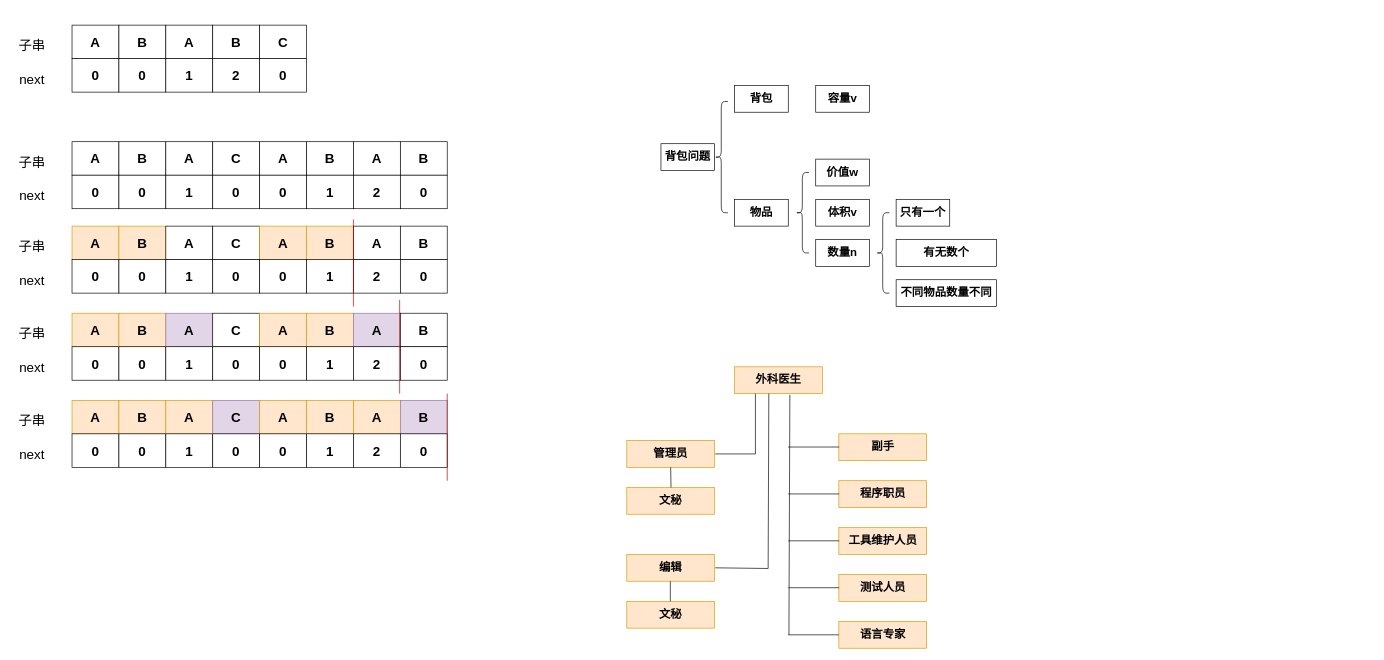
sonder10110/sonder10110.github.io keeps this draw.io diagram as 图.drawio. Above is the earlier version. Source tidied: cells renumbered, new cells numbered last; positions are measured from the earlier drawing's top-left corner, leaving out a move shared by most shapes. Both pictures are drawn from the tidied source at 67%, with x=0, y=0 at pixel (11, 25).
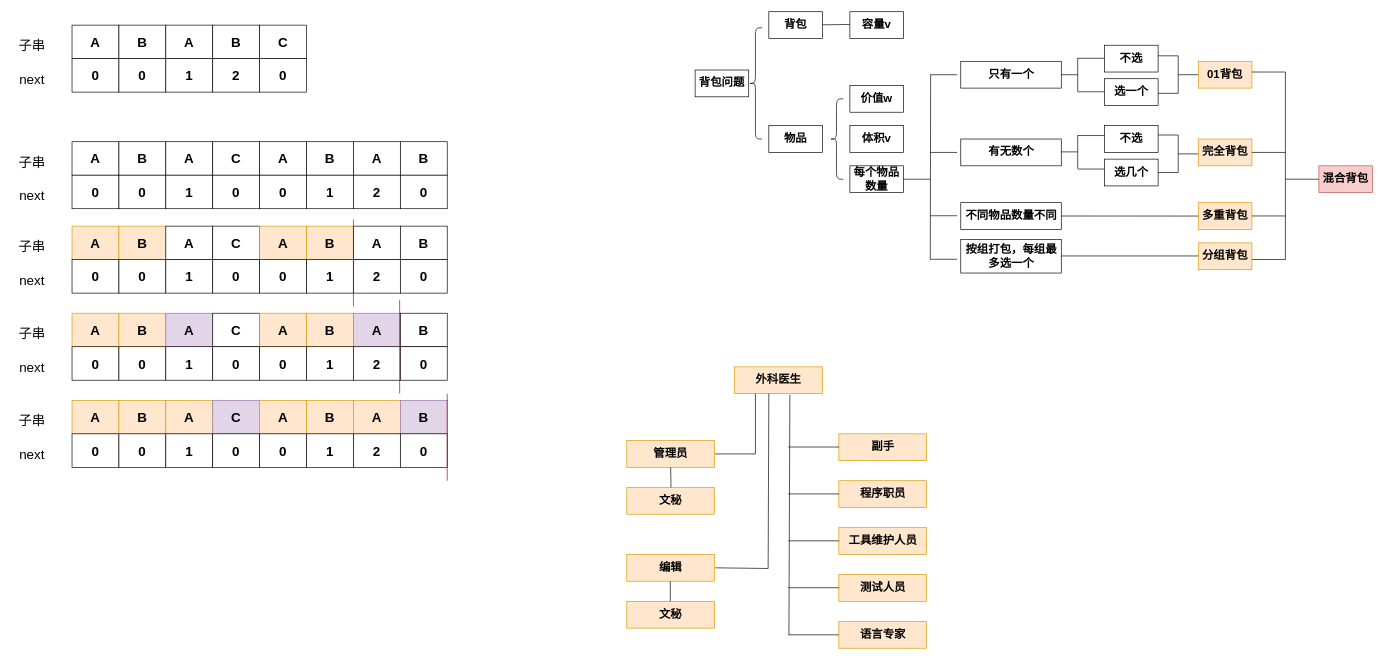
After the change.

Change to the diagram source:
```diff
@@
     <mxCell id="89" value="&lt;b&gt;&lt;font style=&quot;font-size: 17px;&quot;&gt;背包问题&lt;/font&gt;&lt;/b&gt;" style="whiteSpace=wrap;html=1;" parent="1" vertex="1">
-      <mxGeometry x="969" y="177" width="80" height="40" as="geometry" />
+      <mxGeometry x="1020" y="67" width="80" height="40" as="geometry" />
     </mxCell>
     <mxCell id="90" value="&lt;b&gt;&lt;font style=&quot;font-size: 17px;&quot;&gt;背包&lt;/font&gt;&lt;/b&gt;" style="whiteSpace=wrap;html=1;" parent="1" vertex="1">
-      <mxGeometry x="1079" y="90" width="80" height="40" as="geometry" />
+      <mxGeometry x="1130" y="-20" width="80" height="40" as="geometry" />
     </mxCell>
     <mxCell id="91" value="&lt;b&gt;&lt;font style=&quot;font-size: 17px;&quot;&gt;物品&lt;/font&gt;&lt;/b&gt;" style="whiteSpace=wrap;html=1;" parent="1" vertex="1">
-      <mxGeometry x="1079" y="260" width="80" height="40" as="geometry" />
+      <mxGeometry x="1130" y="150" width="80" height="40" as="geometry" />
     </mxCell>
     <mxCell id="92" style="shape=curlyBracket;whiteSpace=wrap;html=1;rounded=1;labelPosition=left;verticalLabelPosition=middle;align=right;verticalAlign=middle;" parent="1" vertex="1">
-      <mxGeometry x="1049" y="114" width="20" height="166" as="geometry" />
+      <mxGeometry x="1100" y="4" width="20" height="166" as="geometry" />
     </mxCell>
     <mxCell id="93" value="&lt;b&gt;&lt;font style=&quot;font-size: 17px;&quot;&gt;价值w&lt;/font&gt;&lt;/b&gt;" style="whiteSpace=wrap;html=1;" parent="1" vertex="1">
-      <mxGeometry x="1200" y="200" width="80" height="40" as="geometry" />
+      <mxGeometry x="1251" y="90" width="80" height="40" as="geometry" />
     </mxCell>
     <mxCell id="94" value="&lt;b&gt;&lt;font style=&quot;font-size: 17px;&quot;&gt;体积v&lt;/font&gt;&lt;/b&gt;" style="whiteSpace=wrap;html=1;" parent="1" vertex="1">
-      <mxGeometry x="1200" y="260" width="80" height="40" as="geometry" />
+      <mxGeometry x="1251" y="150" width="80" height="40" as="geometry" />
     </mxCell>
     <mxCell id="95" style="shape=curlyBracket;whiteSpace=wrap;html=1;rounded=1;labelPosition=left;verticalLabelPosition=middle;align=right;verticalAlign=middle;" parent="1" vertex="1">
-      <mxGeometry x="1170" y="220" width="20" height="120" as="geometry" />
+      <mxGeometry x="1221" y="110" width="20" height="120" as="geometry" />
     </mxCell>
     <mxCell id="96" value="&lt;b&gt;&lt;font style=&quot;font-size: 17px;&quot;&gt;容量v&lt;/font&gt;&lt;/b&gt;" style="whiteSpace=wrap;html=1;" parent="1" vertex="1">
-      <mxGeometry x="1200" y="90" width="80" height="40" as="geometry" />
+      <mxGeometry x="1251" y="-20" width="80" height="40" as="geometry" />
     </mxCell>
-    <mxCell id="97" value="&lt;b&gt;&lt;font style=&quot;font-size: 17px;&quot;&gt;数量n&lt;/font&gt;&lt;/b&gt;" style="whiteSpace=wrap;html=1;" parent="1" vertex="1">
-      <mxGeometry x="1200" y="320" width="80" height="40" as="geometry" />
+    <mxCell id="97" value="&lt;b&gt;&lt;font style=&quot;font-size: 17px;&quot;&gt;每个物品数量&lt;/font&gt;&lt;/b&gt;" style="whiteSpace=wrap;html=1;" parent="1" vertex="1">
+      <mxGeometry x="1251" y="210" width="80" height="40" as="geometry" />
     </mxCell>
     <mxCell id="98" value="&lt;b&gt;&lt;font style=&quot;font-size: 17px;&quot;&gt;只有一个&lt;/font&gt;&lt;/b&gt;" style="whiteSpace=wrap;html=1;" parent="1" vertex="1">
-      <mxGeometry x="1320" y="260" width="80" height="40" as="geometry" />
+      <mxGeometry x="1416.5" y="54" width="150" height="40" as="geometry" />
     </mxCell>
-    <mxCell id="99" style="shape=curlyBracket;whiteSpace=wrap;html=1;rounded=1;labelPosition=left;verticalLabelPosition=middle;align=right;verticalAlign=middle;" parent="1" vertex="1">
-      <mxGeometry x="1290" y="280" width="20" height="120" as="geometry" />
-    </mxCell>
     <mxCell id="100" value="&lt;b&gt;&lt;font style=&quot;font-size: 17px;&quot;&gt;不同物品数量不同&lt;/font&gt;&lt;/b&gt;" style="whiteSpace=wrap;html=1;" parent="1" vertex="1">
-      <mxGeometry x="1320" y="380" width="150" height="40" as="geometry" />
+      <mxGeometry x="1416.5" y="265" width="150" height="40" as="geometry" />
     </mxCell>
     <mxCell id="101" value="&lt;b&gt;&lt;font style=&quot;font-size: 17px;&quot;&gt;有无数个&lt;/font&gt;&lt;/b&gt;" style="whiteSpace=wrap;html=1;" parent="1" vertex="1">
-      <mxGeometry x="1320" y="320" width="150" height="40" as="geometry" />
+      <mxGeometry x="1416.5" y="170" width="150" height="40" as="geometry" />
     </mxCell>
@@
+    <mxCell id="122" value="&lt;b&gt;&lt;font style=&quot;font-size: 17px;&quot;&gt;按组打包，每组最多选一个&lt;/font&gt;&lt;/b&gt;" style="whiteSpace=wrap;html=1;" parent="1" vertex="1">
+      <mxGeometry x="1416.5" y="320" width="150" height="50" as="geometry" />
+    </mxCell>
+    <mxCell id="123" value="&lt;b&gt;&lt;font style=&quot;font-size: 17px;&quot;&gt;不选&lt;/font&gt;&lt;/b&gt;" style="whiteSpace=wrap;html=1;" parent="1" vertex="1">
+      <mxGeometry x="1631" y="30" width="80" height="40" as="geometry" />
+    </mxCell>
+    <mxCell id="124" value="&lt;b&gt;&lt;font style=&quot;font-size: 17px;&quot;&gt;选一个&lt;/font&gt;&lt;/b&gt;" style="whiteSpace=wrap;html=1;" parent="1" vertex="1">
+      <mxGeometry x="1631" y="80" width="80" height="40" as="geometry" />
+    </mxCell>
+    <mxCell id="125" value="&lt;b&gt;&lt;font style=&quot;font-size: 17px;&quot;&gt;不选&lt;/font&gt;&lt;/b&gt;" style="whiteSpace=wrap;html=1;" parent="1" vertex="1">
+      <mxGeometry x="1631" y="150" width="80" height="40" as="geometry" />
+    </mxCell>
+    <mxCell id="126" value="&lt;b&gt;&lt;font style=&quot;font-size: 17px;&quot;&gt;选几个&lt;/font&gt;&lt;/b&gt;" style="whiteSpace=wrap;html=1;" parent="1" vertex="1">
+      <mxGeometry x="1631" y="200" width="80" height="40" as="geometry" />
+    </mxCell>
+    <mxCell id="127" style="endArrow=none;html=1;rounded=0;" parent="1" edge="1">
+      <mxGeometry relative="1" as="geometry">
+        <mxPoint x="1371" y="350" as="sourcePoint" />
+        <mxPoint x="1371.5" y="74" as="targetPoint" />
+      </mxGeometry>
+    </mxCell>
+    <mxCell id="128" style="endArrow=none;html=1;rounded=0;exitX=1;exitY=0.5;exitDx=0;exitDy=0;" parent="1" edge="1" source="97">
+      <mxGeometry relative="1" as="geometry">
+        <mxPoint x="1371" y="230" as="targetPoint" />
+      </mxGeometry>
+    </mxCell>
+    <mxCell id="129" style="endArrow=none;html=1;rounded=0;exitX=1;exitY=0.5;exitDx=0;exitDy=0;" parent="1" edge="1">
+      <mxGeometry relative="1" as="geometry">
+        <mxPoint x="1371" y="74" as="sourcePoint" />
+        <mxPoint x="1411" y="74" as="targetPoint" />
+      </mxGeometry>
+    </mxCell>
+    <mxCell id="130" style="endArrow=none;html=1;rounded=0;exitX=1;exitY=0.5;exitDx=0;exitDy=0;" parent="1" edge="1">
+      <mxGeometry relative="1" as="geometry">
+        <mxPoint x="1371" y="190" as="sourcePoint" />
+        <mxPoint x="1411" y="190" as="targetPoint" />
+      </mxGeometry>
+    </mxCell>
+    <mxCell id="131" style="endArrow=none;html=1;rounded=0;exitX=1;exitY=0.5;exitDx=0;exitDy=0;" parent="1" edge="1">
+      <mxGeometry relative="1" as="geometry">
+        <mxPoint x="1371" y="284.5" as="sourcePoint" />
+        <mxPoint x="1411" y="284.5" as="targetPoint" />
+      </mxGeometry>
+    </mxCell>
+    <mxCell id="132" style="endArrow=none;html=1;rounded=0;exitX=1;exitY=0.5;exitDx=0;exitDy=0;" parent="1" edge="1">
+      <mxGeometry relative="1" as="geometry">
+        <mxPoint x="1371" y="349.5" as="sourcePoint" />
+        <mxPoint x="1411" y="349.5" as="targetPoint" />
+      </mxGeometry>
+    </mxCell>
+    <mxCell id="133" style="endArrow=none;html=1;rounded=0;exitX=1;exitY=0.5;exitDx=0;exitDy=0;" parent="1" edge="1">
+      <mxGeometry relative="1" as="geometry">
+        <mxPoint x="1566.5" y="74" as="sourcePoint" />
+        <mxPoint x="1591" y="74" as="targetPoint" />
+      </mxGeometry>
+    </mxCell>
+    <mxCell id="134" style="endArrow=none;html=1;rounded=0;" parent="1" edge="1">
+      <mxGeometry relative="1" as="geometry">
+        <mxPoint x="1591" y="99" as="sourcePoint" />
+        <mxPoint x="1591" y="49" as="targetPoint" />
+      </mxGeometry>
+    </mxCell>
+    <mxCell id="135" style="endArrow=none;html=1;rounded=0;exitX=1;exitY=0.5;exitDx=0;exitDy=0;" parent="1" edge="1">
+      <mxGeometry relative="1" as="geometry">
+        <mxPoint x="1591" y="49.5" as="sourcePoint" />
+        <mxPoint x="1631" y="49.5" as="targetPoint" />
+      </mxGeometry>
+    </mxCell>
+    <mxCell id="136" style="endArrow=none;html=1;rounded=0;exitX=1;exitY=0.5;exitDx=0;exitDy=0;" parent="1" edge="1">
+      <mxGeometry relative="1" as="geometry">
+        <mxPoint x="1591" y="99.5" as="sourcePoint" />
+        <mxPoint x="1631" y="99.5" as="targetPoint" />
+      </mxGeometry>
+    </mxCell>
+    <mxCell id="137" style="endArrow=none;html=1;rounded=0;exitX=1;exitY=0.5;exitDx=0;exitDy=0;" parent="1" edge="1">
+      <mxGeometry relative="1" as="geometry">
+        <mxPoint x="1566.5" y="189.2" as="sourcePoint" />
+        <mxPoint x="1591" y="189.2" as="targetPoint" />
+      </mxGeometry>
+    </mxCell>
+    <mxCell id="138" style="endArrow=none;html=1;rounded=0;" parent="1" edge="1">
+      <mxGeometry relative="1" as="geometry">
+        <mxPoint x="1591" y="214.2" as="sourcePoint" />
+        <mxPoint x="1591" y="164.2" as="targetPoint" />
+      </mxGeometry>
+    </mxCell>
+    <mxCell id="139" style="endArrow=none;html=1;rounded=0;exitX=1;exitY=0.5;exitDx=0;exitDy=0;" parent="1" edge="1">
+      <mxGeometry relative="1" as="geometry">
+        <mxPoint x="1591" y="164.8" as="sourcePoint" />
+        <mxPoint x="1631" y="164.8" as="targetPoint" />
+      </mxGeometry>
+    </mxCell>
+    <mxCell id="140" style="endArrow=none;html=1;rounded=0;exitX=1;exitY=0.5;exitDx=0;exitDy=0;" parent="1" edge="1">
+      <mxGeometry relative="1" as="geometry">
+        <mxPoint x="1591" y="214.8" as="sourcePoint" />
+        <mxPoint x="1631" y="214.8" as="targetPoint" />
+      </mxGeometry>
+    </mxCell>
+    <mxCell id="141" style="endArrow=none;html=1;rounded=0;" parent="1" edge="1">
+      <mxGeometry relative="1" as="geometry">
+        <mxPoint x="1741" y="101.8" as="sourcePoint" />
+        <mxPoint x="1741" y="45.8" as="targetPoint" />
+      </mxGeometry>
+    </mxCell>
+    <mxCell id="142" style="endArrow=none;html=1;rounded=0;exitX=1;exitY=0.5;exitDx=0;exitDy=0;" parent="1" edge="1">
+      <mxGeometry relative="1" as="geometry">
+        <mxPoint x="1711" y="45.8" as="sourcePoint" />
+        <mxPoint x="1741" y="45.8" as="targetPoint" />
+      </mxGeometry>
+    </mxCell>
+    <mxCell id="143" style="endArrow=none;html=1;rounded=0;exitX=1;exitY=0.5;exitDx=0;exitDy=0;" parent="1" edge="1">
+      <mxGeometry relative="1" as="geometry">
+        <mxPoint x="1741" y="74" as="sourcePoint" />
+        <mxPoint x="1771" y="74" as="targetPoint" />
+      </mxGeometry>
+    </mxCell>
+    <mxCell id="144" style="endArrow=none;html=1;rounded=0;exitX=1;exitY=0.5;exitDx=0;exitDy=0;" parent="1" edge="1">
+      <mxGeometry relative="1" as="geometry">
+        <mxPoint x="1711" y="101.8" as="sourcePoint" />
+        <mxPoint x="1741" y="101.8" as="targetPoint" />
+      </mxGeometry>
+    </mxCell>
+    <mxCell id="145" style="endArrow=none;html=1;rounded=0;" parent="1" edge="1">
+      <mxGeometry relative="1" as="geometry">
+        <mxPoint x="1741" y="220" as="sourcePoint" />
+        <mxPoint x="1741" y="164" as="targetPoint" />
+      </mxGeometry>
+    </mxCell>
+    <mxCell id="146" style="endArrow=none;html=1;rounded=0;exitX=1;exitY=0.5;exitDx=0;exitDy=0;" parent="1" edge="1">
+      <mxGeometry relative="1" as="geometry">
+        <mxPoint x="1711" y="164" as="sourcePoint" />
+        <mxPoint x="1741" y="164" as="targetPoint" />
+      </mxGeometry>
+    </mxCell>
+    <mxCell id="147" style="endArrow=none;html=1;rounded=0;exitX=1;exitY=0.5;exitDx=0;exitDy=0;" parent="1" edge="1">
+      <mxGeometry relative="1" as="geometry">
+        <mxPoint x="1741" y="192.2" as="sourcePoint" />
+        <mxPoint x="1771" y="192.2" as="targetPoint" />
+      </mxGeometry>
+    </mxCell>
+    <mxCell id="148" style="endArrow=none;html=1;rounded=0;exitX=1;exitY=0.5;exitDx=0;exitDy=0;" parent="1" edge="1">
+      <mxGeometry relative="1" as="geometry">
+        <mxPoint x="1711" y="220" as="sourcePoint" />
+        <mxPoint x="1741" y="220" as="targetPoint" />
+      </mxGeometry>
+    </mxCell>
+    <mxCell id="149" value="&lt;b&gt;&lt;font style=&quot;font-size: 17px;&quot;&gt;01背包&lt;/font&gt;&lt;/b&gt;" style="whiteSpace=wrap;html=1;fillColor=#ffe6cc;strokeColor=#d79b00;" parent="1" vertex="1">
+      <mxGeometry x="1771" y="54" width="80" height="40" as="geometry" />
+    </mxCell>
+    <mxCell id="150" value="&lt;b&gt;&lt;font style=&quot;font-size: 17px;&quot;&gt;完全背包&lt;/font&gt;&lt;/b&gt;" style="whiteSpace=wrap;html=1;fillColor=#ffe6cc;strokeColor=#d79b00;" parent="1" vertex="1">
+      <mxGeometry x="1771" y="170" width="80" height="40" as="geometry" />
+    </mxCell>
+    <mxCell id="151" value="&lt;b&gt;&lt;font style=&quot;font-size: 17px;&quot;&gt;多重背包&lt;/font&gt;&lt;/b&gt;" style="whiteSpace=wrap;html=1;fillColor=#ffe6cc;strokeColor=#d79b00;" parent="1" vertex="1">
+      <mxGeometry x="1771" y="265" width="80" height="40" as="geometry" />
+    </mxCell>
+    <mxCell id="152" value="&lt;b&gt;&lt;font style=&quot;font-size: 17px;&quot;&gt;分组背包&lt;/font&gt;&lt;/b&gt;" style="whiteSpace=wrap;html=1;fillColor=#ffe6cc;strokeColor=#d79b00;" parent="1" vertex="1">
+      <mxGeometry x="1771" y="325" width="80" height="40" as="geometry" />
+    </mxCell>
+    <mxCell id="153" style="endArrow=none;html=1;rounded=0;" parent="1" edge="1">
+      <mxGeometry relative="1" as="geometry">
+        <mxPoint x="1210" y="-0.5" as="sourcePoint" />
+        <mxPoint x="1251" y="-1" as="targetPoint" />
+      </mxGeometry>
+    </mxCell>
+    <mxCell id="154" style="endArrow=none;html=1;rounded=0;entryX=0;entryY=0.5;entryDx=0;entryDy=0;" parent="1" edge="1" target="151">
+      <mxGeometry relative="1" as="geometry">
+        <mxPoint x="1566.5" y="284.9" as="sourcePoint" />
+      </mxGeometry>
+    </mxCell>
+    <mxCell id="155" style="endArrow=none;html=1;rounded=0;entryX=0;entryY=0.5;entryDx=0;entryDy=0;" parent="1" edge="1">
+      <mxGeometry relative="1" as="geometry">
+        <mxPoint x="1566.5" y="344.5" as="sourcePoint" />
+        <mxPoint x="1771" y="344.5" as="targetPoint" />
+      </mxGeometry>
+    </mxCell>
+    <mxCell id="156" value="&lt;b&gt;&lt;font style=&quot;font-size: 17px;&quot;&gt;混合背包&lt;/font&gt;&lt;/b&gt;" style="whiteSpace=wrap;html=1;fillColor=#f8cecc;strokeColor=#b85450;" parent="1" vertex="1">
+      <mxGeometry x="1951" y="210" width="80" height="40" as="geometry" />
+    </mxCell>
+    <mxCell id="157" style="endArrow=none;html=1;rounded=0;" parent="1" edge="1">
+      <mxGeometry relative="1" as="geometry">
+        <mxPoint x="1901" y="350" as="sourcePoint" />
+        <mxPoint x="1901" y="70" as="targetPoint" />
+      </mxGeometry>
+    </mxCell>
+    <mxCell id="158" style="endArrow=none;html=1;rounded=0;" parent="1" edge="1" source="150">
+      <mxGeometry relative="1" as="geometry">
+        <mxPoint x="1901" y="190" as="targetPoint" />
+      </mxGeometry>
+    </mxCell>
+    <mxCell id="159" style="endArrow=none;html=1;rounded=0;exitX=1;exitY=0.5;exitDx=0;exitDy=0;entryX=0;entryY=0.5;entryDx=0;entryDy=0;" parent="1" edge="1" target="156">
+      <mxGeometry relative="1" as="geometry">
+        <mxPoint x="1901" y="229.9" as="sourcePoint" />
+      </mxGeometry>
+    </mxCell>
+    <mxCell id="160" style="endArrow=none;html=1;rounded=0;" parent="1" edge="1">
+      <mxGeometry relative="1" as="geometry">
+        <mxPoint x="1851" y="284.8" as="sourcePoint" />
+        <mxPoint x="1901" y="284.8" as="targetPoint" />
+      </mxGeometry>
+    </mxCell>
+    <mxCell id="161" style="endArrow=none;html=1;rounded=0;" parent="1" edge="1">
+      <mxGeometry relative="1" as="geometry">
+        <mxPoint x="1851" y="70" as="sourcePoint" />
+        <mxPoint x="1901" y="70" as="targetPoint" />
+      </mxGeometry>
+    </mxCell>
+    <mxCell id="162" style="endArrow=none;html=1;rounded=0;" parent="1" edge="1">
+      <mxGeometry relative="1" as="geometry">
+        <mxPoint x="1851" y="349.8" as="sourcePoint" />
+        <mxPoint x="1901" y="349.8" as="targetPoint" />
+      </mxGeometry>
+    </mxCell>
```
